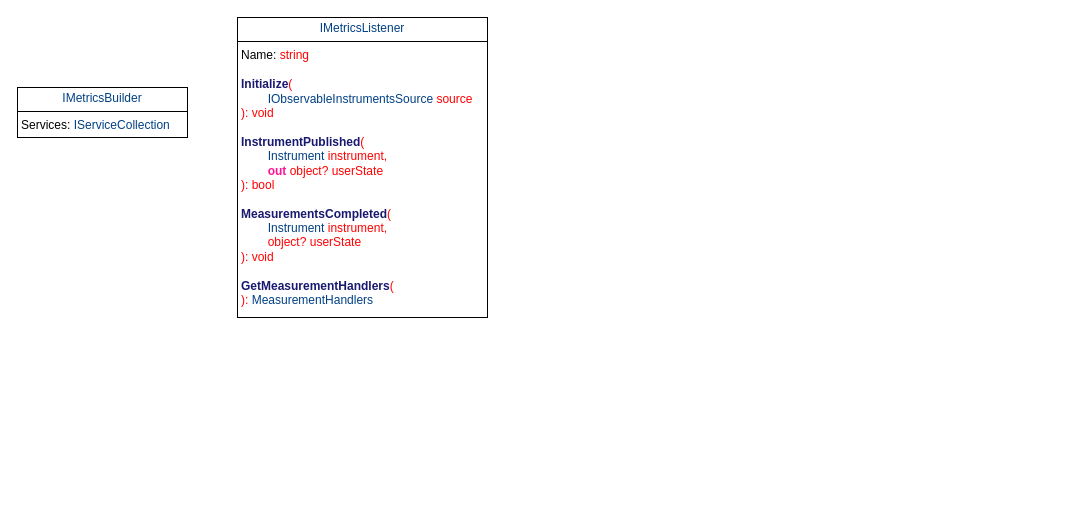
Above: Diagnostics/Diagnostics.drawio in KondyubaBA/AspNetCore-doc (draw.io), before the change. Source tidied: cells renumbered, new cells numbered last; positions are measured from the earlier drawing's top-left corner, leaving out a move shared by most shapes. Both pictures are drawn from the tidied source at 100%, with x=0, y=0 at pixel (17, 17).
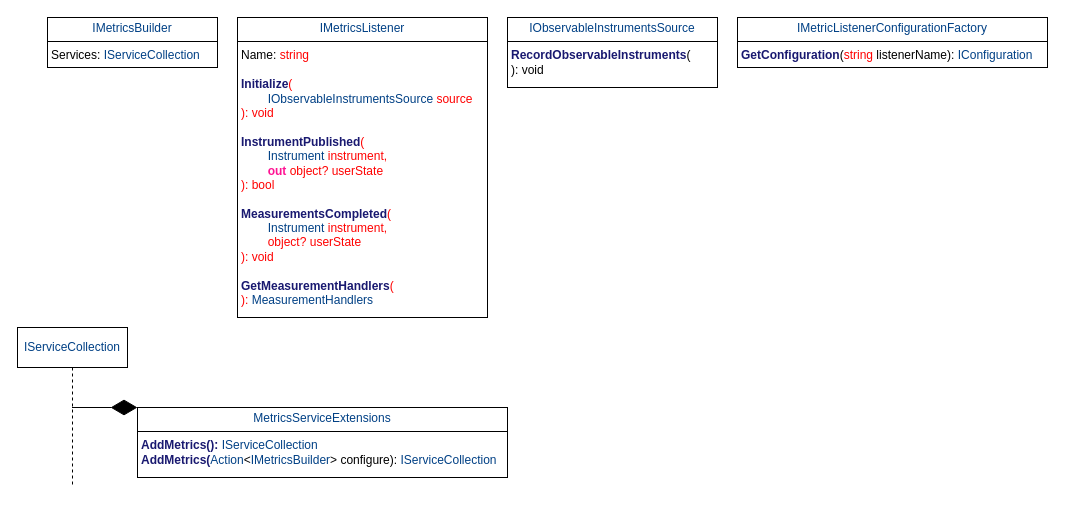
The same page after the edit.

Change to the diagram source:
```diff
@@
 <mxGraphModel>
   <root>
     <mxCell id="0" />
     <mxCell id="1" parent="0" />
     <mxCell id="2" value="&lt;p style=&quot;margin:0px;margin-top:4px;text-align:center;&quot;&gt;&lt;span style=&quot;color: rgb(0, 64, 133); background-color: transparent; text-align: left;&quot;&gt;IMetricsBuilder&lt;/span&gt;&lt;/p&gt;&lt;hr size=&quot;1&quot; style=&quot;border-style:solid;&quot;&gt;&lt;p style=&quot;margin:0px;margin-left:4px;&quot;&gt;Services:&amp;nbsp;&lt;span style=&quot;color: rgb(0, 64, 133); background-color: transparent;&quot;&gt;IServiceCollection&lt;/span&gt;&lt;/p&gt;" style="verticalAlign=top;align=left;overflow=fill;html=1;whiteSpace=wrap;" parent="1" vertex="1">
-      <mxGeometry y="70" width="170" height="50" as="geometry" />
+      <mxGeometry x="30" width="170" height="50" as="geometry" />
     </mxCell>
     <mxCell id="3" value="&lt;p style=&quot;margin:0px;margin-top:4px;text-align:center;&quot;&gt;&lt;span style=&quot;color: rgb(0, 64, 133); background-color: transparent; text-align: left;&quot;&gt;I&lt;/span&gt;&lt;span style=&quot;color: rgb(0, 64, 133); background-color: transparent; text-align: left;&quot;&gt;MetricsListener&lt;/span&gt;&lt;/p&gt;&lt;hr size=&quot;1&quot; style=&quot;border-style:solid;&quot;&gt;&lt;p style=&quot;margin:0px;margin-left:4px;&quot;&gt;&lt;span style=&quot;background-color: transparent; color: light-dark(rgb(0, 0, 0), rgb(255, 255, 255));&quot;&gt;Name&lt;/span&gt;:&amp;nbsp;&lt;span style=&quot;color: rgb(255, 0, 0); background-color: transparent;&quot;&gt;string&lt;/span&gt;&lt;/p&gt;&lt;p style=&quot;margin:0px;margin-left:4px;&quot;&gt;&lt;span style=&quot;color: rgb(255, 0, 0); background-color: transparent;&quot;&gt;&lt;br&gt;&lt;/span&gt;&lt;/p&gt;&lt;p style=&quot;margin:0px;margin-left:4px;&quot;&gt;&lt;span style=&quot;color: rgb(255, 0, 0); background-color: transparent;&quot;&gt;&lt;span style=&quot;color: rgb(25, 25, 112); font-weight: bold;&quot;&gt;Initialize&lt;/span&gt;(&lt;/span&gt;&lt;/p&gt;&lt;p style=&quot;margin:0px;margin-left:4px;&quot;&gt;&lt;span style=&quot;color: rgb(255, 0, 0); background-color: transparent;&quot;&gt;&lt;span style=&quot;color: rgb(0, 64, 133);&quot;&gt;&lt;span style=&quot;white-space: pre;&quot;&gt;&#9;&lt;/span&gt;IObservableInstrumentsSource&lt;/span&gt; source&lt;/span&gt;&lt;/p&gt;&lt;p style=&quot;margin:0px;margin-left:4px;&quot;&gt;&lt;span style=&quot;color: rgb(255, 0, 0); background-color: transparent;&quot;&gt;): void&lt;/span&gt;&lt;/p&gt;&lt;p style=&quot;margin:0px;margin-left:4px;&quot;&gt;&lt;span style=&quot;color: rgb(255, 0, 0); background-color: transparent;&quot;&gt;&lt;br&gt;&lt;/span&gt;&lt;/p&gt;&lt;p style=&quot;margin:0px;margin-left:4px;&quot;&gt;&lt;span style=&quot;color: rgb(255, 0, 0); background-color: transparent;&quot;&gt;&lt;span style=&quot;color: rgb(25, 25, 112); font-weight: bold;&quot;&gt;InstrumentPublished&lt;/span&gt;(&lt;/span&gt;&lt;/p&gt;&lt;p style=&quot;margin:0px;margin-left:4px;&quot;&gt;&lt;span style=&quot;color: rgb(255, 0, 0); background-color: transparent;&quot;&gt;&lt;span style=&quot;color: rgb(0, 64, 133);&quot;&gt;&lt;span style=&quot;white-space: pre;&quot;&gt;&#9;&lt;/span&gt;Instrument&lt;/span&gt; instrument,&amp;nbsp;&lt;/span&gt;&lt;/p&gt;&lt;p style=&quot;margin:0px;margin-left:4px;&quot;&gt;&lt;span style=&quot;color: rgb(255, 0, 0); background-color: transparent;&quot;&gt;&lt;span style=&quot;color: rgb(255, 20, 147); font-weight: bold;&quot;&gt;&lt;span style=&quot;white-space: pre;&quot;&gt;&#9;&lt;/span&gt;out&lt;/span&gt; object? userState&lt;/span&gt;&lt;/p&gt;&lt;p style=&quot;margin:0px;margin-left:4px;&quot;&gt;&lt;span style=&quot;color: rgb(255, 0, 0); background-color: transparent;&quot;&gt;): bool&lt;/span&gt;&lt;/p&gt;&lt;p style=&quot;margin:0px;margin-left:4px;&quot;&gt;&lt;span style=&quot;color: rgb(255, 0, 0); background-color: transparent;&quot;&gt;&lt;br&gt;&lt;/span&gt;&lt;/p&gt;&lt;p style=&quot;margin:0px;margin-left:4px;&quot;&gt;&lt;span style=&quot;color: rgb(255, 0, 0); background-color: transparent;&quot;&gt;&lt;span style=&quot;color: rgb(25, 25, 112); font-weight: bold;&quot;&gt;MeasurementsCompleted&lt;/span&gt;(&lt;/span&gt;&lt;/p&gt;&lt;p style=&quot;margin:0px;margin-left:4px;&quot;&gt;&lt;span style=&quot;color: rgb(255, 0, 0); background-color: transparent;&quot;&gt;&lt;span style=&quot;color: rgb(0, 64, 133);&quot;&gt;&lt;span style=&quot;white-space: pre;&quot;&gt;&#9;&lt;/span&gt;Instrument&lt;/span&gt; instrument,&amp;nbsp;&lt;/span&gt;&lt;/p&gt;&lt;p style=&quot;margin:0px;margin-left:4px;&quot;&gt;&lt;span style=&quot;color: rgb(255, 0, 0); background-color: transparent;&quot;&gt;&lt;span style=&quot;white-space: pre;&quot;&gt;&#9;&lt;/span&gt;object? userState&lt;/span&gt;&lt;/p&gt;&lt;p style=&quot;margin:0px;margin-left:4px;&quot;&gt;&lt;span style=&quot;color: rgb(255, 0, 0); background-color: transparent;&quot;&gt;): void&lt;/span&gt;&lt;/p&gt;&lt;p style=&quot;margin:0px;margin-left:4px;&quot;&gt;&lt;span style=&quot;color: rgb(255, 0, 0); background-color: transparent;&quot;&gt;&lt;br&gt;&lt;/span&gt;&lt;/p&gt;&lt;p style=&quot;margin:0px;margin-left:4px;&quot;&gt;&lt;span style=&quot;color: rgb(255, 0, 0); background-color: transparent;&quot;&gt;&lt;span style=&quot;color: rgb(25, 25, 112); font-weight: bold;&quot;&gt;GetMeasurementHandlers&lt;/span&gt;(&lt;/span&gt;&lt;/p&gt;&lt;p style=&quot;margin:0px;margin-left:4px;&quot;&gt;&lt;span style=&quot;color: rgb(255, 0, 0); background-color: transparent;&quot;&gt;):&amp;nbsp;&lt;/span&gt;&lt;span style=&quot;color: rgb(0, 64, 133); background-color: transparent;&quot;&gt;MeasurementHandlers&lt;/span&gt;&lt;/p&gt;" style="verticalAlign=top;align=left;overflow=fill;html=1;whiteSpace=wrap;" parent="1" vertex="1">
       <mxGeometry x="220" width="250" height="300" as="geometry" />
     </mxCell>
+    <mxCell id="4" value="&lt;p style=&quot;margin:0px;margin-top:4px;text-align:center;&quot;&gt;&lt;span style=&quot;color: rgb(0, 64, 133); background-color: transparent; text-align: left;&quot;&gt;IObservableInstrumentsSource&lt;/span&gt;&lt;/p&gt;&lt;hr size=&quot;1&quot; style=&quot;border-style:solid;&quot;&gt;&lt;p style=&quot;margin:0px;margin-left:4px;&quot;&gt;&lt;span style=&quot;color: rgb(25, 25, 112); font-weight: bold;&quot;&gt;RecordObservableInstruments&lt;/span&gt;(&lt;/p&gt;&lt;p style=&quot;margin:0px;margin-left:4px;&quot;&gt;): void&lt;/p&gt;" style="verticalAlign=top;align=left;overflow=fill;html=1;whiteSpace=wrap;" parent="1" vertex="1">
+      <mxGeometry x="490" width="210" height="70" as="geometry" />
+    </mxCell>
+    <mxCell id="5" value="&lt;span style=&quot;color: rgb(0, 64, 133);&quot;&gt;IServiceCollection&lt;/span&gt;" style="shape=umlLifeline;perimeter=lifelinePerimeter;whiteSpace=wrap;html=1;outlineConnect=0;portConstraint=eastwest;newEdgeStyle={&quot;curved&quot;:0,&quot;rounded&quot;:0};" parent="1" vertex="1">
+      <mxGeometry y="310" width="110" height="160" as="geometry" />
+    </mxCell>
+    <mxCell id="6" value="&lt;p style=&quot;margin:0px;margin-top:4px;text-align:center;&quot;&gt;&lt;span style=&quot;color: rgb(0, 64, 133); background-color: transparent; text-align: left;&quot;&gt;MetricsServiceExtensions&lt;/span&gt;&lt;/p&gt;&lt;hr size=&quot;1&quot; style=&quot;border-style:solid;&quot;&gt;&lt;p style=&quot;margin:0px;margin-left:4px;&quot;&gt;&lt;span style=&quot;color: rgb(25, 25, 112); font-weight: bold;&quot;&gt;AddMetrics():&amp;nbsp;&lt;/span&gt;&lt;span style=&quot;color: rgb(0, 64, 133); background-color: transparent;&quot;&gt;IServiceCollection&lt;/span&gt;&lt;/p&gt;&lt;p style=&quot;margin:0px;margin-left:4px;&quot;&gt;&lt;span style=&quot;color: rgb(0, 64, 133); background-color: transparent;&quot;&gt;&lt;span style=&quot;color: rgb(25, 25, 112); font-weight: bold;&quot;&gt;AddMetrics(&lt;/span&gt;&lt;/span&gt;&lt;span style=&quot;background-color: transparent; color: rgb(0, 64, 133);&quot;&gt;Action&lt;/span&gt;&lt;span style=&quot;background-color: transparent; color: light-dark(rgb(0, 0, 0), rgb(255, 255, 255));&quot;&gt;&amp;lt;&lt;/span&gt;&lt;span style=&quot;background-color: transparent; color: rgb(0, 64, 133);&quot;&gt;IMetricsBuilder&lt;/span&gt;&lt;span style=&quot;background-color: transparent; color: light-dark(rgb(0, 0, 0), rgb(255, 255, 255));&quot;&gt;&amp;gt; &lt;/span&gt;&lt;span style=&quot;background-color: transparent; color: light-dark(rgb(0, 0, 0), rgb(255, 255, 255));&quot;&gt;configure):&amp;nbsp;&lt;/span&gt;&lt;span style=&quot;color: rgb(0, 64, 133); background-color: transparent;&quot;&gt;IServiceCollection&lt;/span&gt;&lt;/p&gt;" style="verticalAlign=top;align=left;overflow=fill;html=1;whiteSpace=wrap;" parent="1" vertex="1">
+      <mxGeometry x="120" y="390" width="370" height="70" as="geometry" />
+    </mxCell>
+    <mxCell id="7" style="endArrow=diamondThin;endFill=1;endSize=24;html=1;rounded=0;entryX=0;entryY=0;entryDx=0;entryDy=0;" parent="1" edge="1" source="5" target="6">
+      <mxGeometry relative="1" as="geometry" />
+    </mxCell>
+    <mxCell id="8" value="&lt;p style=&quot;margin:0px;margin-top:4px;text-align:center;&quot;&gt;&lt;span style=&quot;color: rgb(0, 64, 133); background-color: transparent; text-align: left;&quot;&gt;IMetricListenerConfigurationFactory&lt;/span&gt;&lt;/p&gt;&lt;hr size=&quot;1&quot; style=&quot;border-style:solid;&quot;&gt;&lt;p style=&quot;margin:0px;margin-left:4px;&quot;&gt;&lt;span style=&quot;color: rgb(25, 25, 112); font-weight: bold;&quot;&gt;GetConfiguration&lt;/span&gt;(&lt;span style=&quot;color: rgb(255, 0, 0);&quot;&gt;string&lt;/span&gt; listenerName):&amp;nbsp;&lt;span style=&quot;color: rgb(0, 64, 133); background-color: transparent;&quot;&gt;IConfiguration&lt;/span&gt;&lt;/p&gt;" style="verticalAlign=top;align=left;overflow=fill;html=1;whiteSpace=wrap;" parent="1" vertex="1">
+      <mxGeometry x="720" width="310" height="50" as="geometry" />
+    </mxCell>
   </root>
 </mxGraphModel>
```
